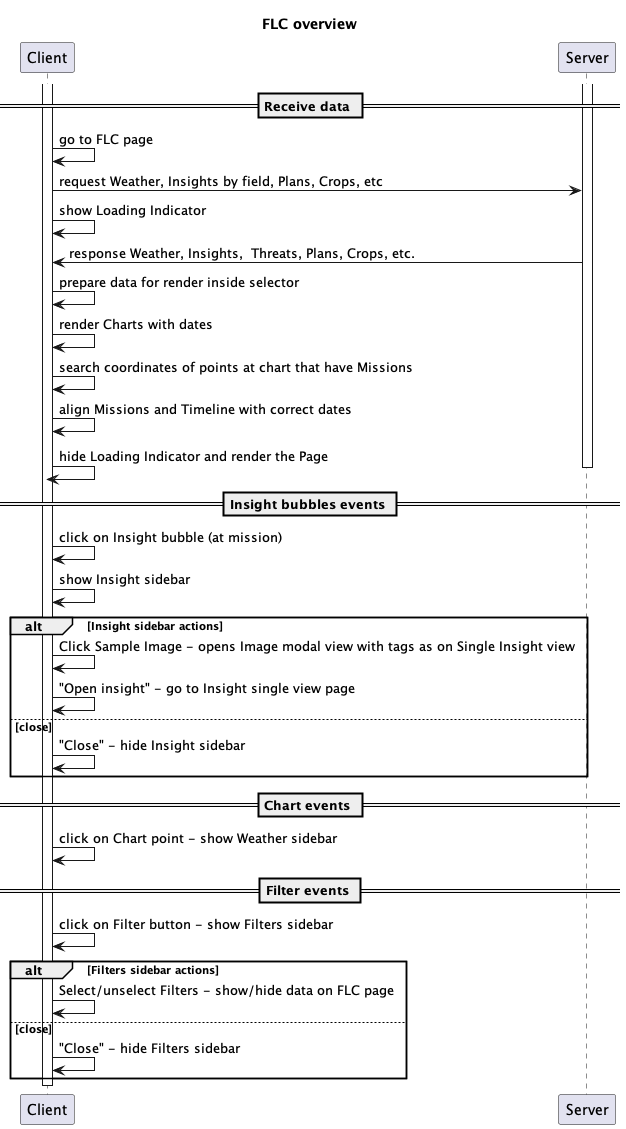
DenysMoro/flc-poc-chartjs keeps this PlantUML diagram as src/render.sequence-FLC_overview.png. Above is the earlier version. Source of this version:
```plantuml
@startuml
title FLC overview

== Receive data ==
activate Client
activate Server
Client -> Client: go to FLC page
Client -> Server: request Weather, Insights by field, Plans, Crops, etc
Client -> Client: show Loading Indicator
Server -> Client: response Weather, Insights,  Threats, Plans, Crops, etc.
Client -> Client: prepare data for render inside selector
Client -> Client: render Charts with dates
Client -> Client: search coordinates of points at chart that have Missions
Client -> Client: align Missions and Timeline with correct dates
Client -> Client: hide Loading Indicator and render the Page
deactivate Server

== Insight bubbles events ==
Client -> Client: click on Insight bubble (at mission)
Client -> Client: show Insight sidebar
alt Insight sidebar actions
    Client -> Client: Click Sample Image - opens Image modal view with tags as on Single Insight view
    Client -> Client: "Open insight" - go to Insight single view page

else close
    Client -> Client: "Close" - hide Insight sidebar

end

== Chart events ==
Client -> Client: click on Chart point - show Weather sidebar

== Filter events ==
Client -> Client: click on Filter button - show Filters sidebar

alt Filters sidebar actions
    Client -> Client: Select/unselect Filters - show/hide data on FLC page

else close
    Client -> Client: "Close" - hide Filters sidebar

end


deactivate Client


@enduml
```
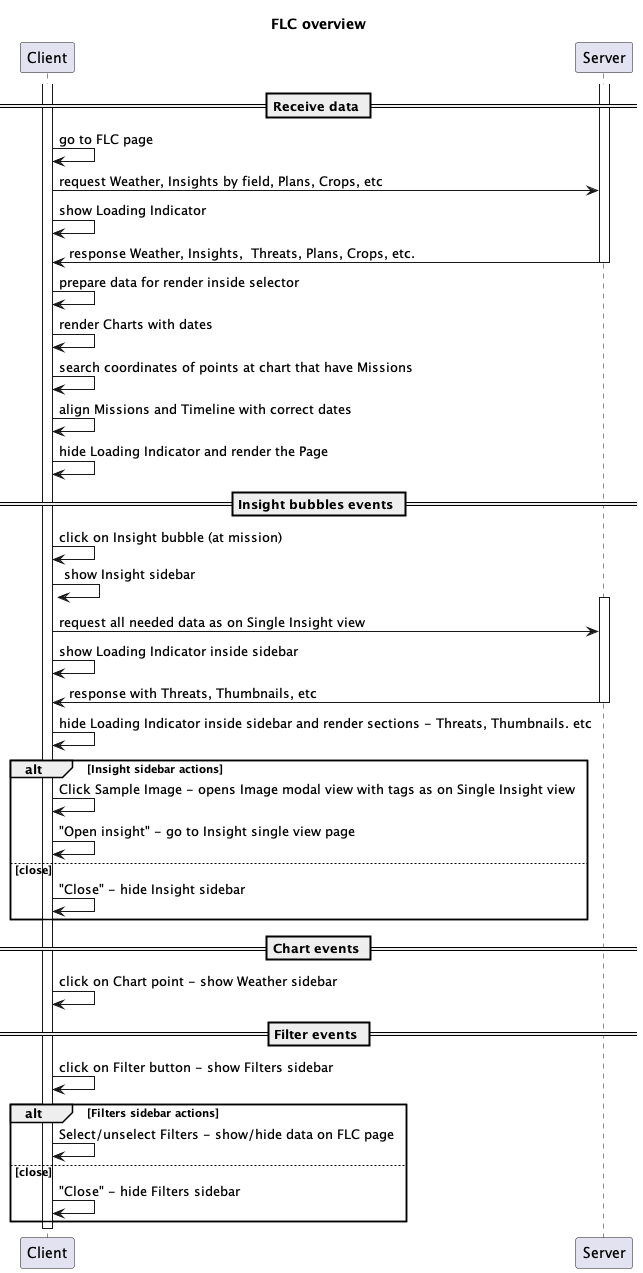
After the change.

The edit, as a diff of the source:
```diff
@@ -8,16 +8,23 @@
 Client -> Server: request Weather, Insights by field, Plans, Crops, etc
 Client -> Client: show Loading Indicator
 Server -> Client: response Weather, Insights,  Threats, Plans, Crops, etc.
+deactivate Server
 Client -> Client: prepare data for render inside selector
 Client -> Client: render Charts with dates
 Client -> Client: search coordinates of points at chart that have Missions
 Client -> Client: align Missions and Timeline with correct dates
 Client -> Client: hide Loading Indicator and render the Page
-deactivate Server
+
 
 == Insight bubbles events ==
 Client -> Client: click on Insight bubble (at mission)
 Client -> Client: show Insight sidebar
+activate Server
+Client -> Server: request all needed data as on Single Insight view
+Client -> Client: show Loading Indicator inside sidebar
+Server -> Client: response with Threats, Thumbnails, etc
+deactivate Server
+Client -> Client: hide Loading Indicator inside sidebar and render sections - Threats, Thumbnails. etc
 alt Insight sidebar actions
     Client -> Client: Click Sample Image - opens Image modal view with tags as on Single Insight view
     Client -> Client: "Open insight" - go to Insight single view page
```
